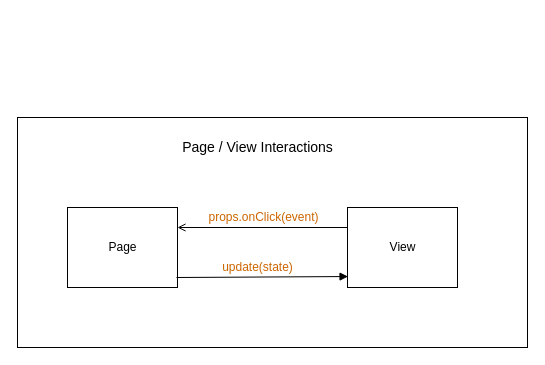
Before: docs/assets/page-view-interaction.drawio in remarcmij/vanilla-starter, a draw.io diagram. Source tidied: cells renumbered, new cells numbered last; positions are measured from the earlier drawing's top-left corner, leaving out a move shared by most shapes. Both pictures are drawn from the tidied source at 100%, with x=0, y=0 at pixel (17, 117).
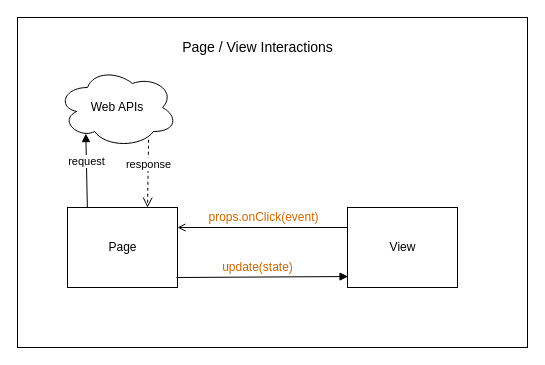
The same diagram, later.

Commit message (it also covers changes not shown here):
Add Web API to diagram

The edit, as a diff of the source:
```diff
@@
 <mxGraphModel>
   <root>
     <mxCell id="0" />
     <mxCell id="1" parent="0" />
     <mxCell id="2" style="rounded=0;whiteSpace=wrap;html=1;fontSize=14;fontColor=#000000;" parent="1" vertex="1">
-      <mxGeometry width="510" height="230" as="geometry" />
+      <mxGeometry y="-100" width="510" height="330" as="geometry" />
     </mxCell>
     <mxCell id="3" value="Page" style="html=1;" parent="1" vertex="1">
       <mxGeometry x="50" y="90" width="110" height="80" as="geometry" />
     </mxCell>
     <mxCell id="4" value="View" style="html=1;" parent="1" vertex="1">
       <mxGeometry x="330" y="90" width="110" height="80" as="geometry" />
     </mxCell>
     <mxCell id="5" style="endArrow=open;html=1;rounded=0;align=center;verticalAlign=top;endFill=0;labelBackgroundColor=none;endSize=6;exitX=0;exitY=0.25;exitDx=0;exitDy=0;" parent="1" edge="1" source="4">
       <mxGeometry relative="1" as="geometry">
         <mxPoint x="160" y="110" as="targetPoint" />
       </mxGeometry>
     </mxCell>
     <mxCell id="6" style="html=1;verticalAlign=bottom;labelBackgroundColor=none;endArrow=block;endFill=1;rounded=0;entryX=0.005;entryY=0.863;entryDx=0;entryDy=0;entryPerimeter=0;exitX=0.991;exitY=0.875;exitDx=0;exitDy=0;exitPerimeter=0;" parent="1" edge="1" source="3" target="4">
       <mxGeometry relative="1" as="geometry" />
     </mxCell>
     <mxCell id="7" value="&lt;font color=&quot;#cc6600&quot;&gt;props.onClick(event)&lt;/font&gt;" style="text;html=1;align=center;verticalAlign=middle;fillColor=none;strokeColor=none;rounded=0;" parent="1" vertex="1">
       <mxGeometry x="181" y="90" width="130" height="20" as="geometry" />
     </mxCell>
     <mxCell id="8" value="update(state)" style="text;html=1;align=center;verticalAlign=middle;fillColor=none;strokeColor=none;rounded=0;fontColor=#CC6600;" parent="1" vertex="1">
       <mxGeometry x="195" y="140" width="90" height="20" as="geometry" />
     </mxCell>
     <mxCell id="9" value="&lt;font style=&quot;font-size: 14px;&quot; color=&quot;#000000&quot;&gt;Page / View Interactions&lt;/font&gt;" style="text;html=1;align=center;verticalAlign=middle;fillColor=none;strokeColor=none;rounded=0;fontColor=#0066CC;" parent="1" vertex="1">
-      <mxGeometry x="155" y="20" width="170" height="20" as="geometry" />
+      <mxGeometry x="155" y="-80" width="170" height="20" as="geometry" />
     </mxCell>
+    <mxCell id="10" value="Web APIs" style="ellipse;shape=cloud;whiteSpace=wrap;html=1;" parent="1" vertex="1">
+      <mxGeometry x="40" y="-50" width="120" height="80" as="geometry" />
+    </mxCell>
+    <mxCell id="11" value="response" style="html=1;verticalAlign=bottom;endArrow=open;dashed=1;endSize=8;rounded=0;entryX=0.255;entryY=0.576;entryDx=0;entryDy=0;entryPerimeter=0;exitX=0.759;exitY=0.903;exitDx=0;exitDy=0;exitPerimeter=0;" parent="1" edge="1" source="10" target="2">
+      <mxGeometry relative="1" as="geometry" />
+    </mxCell>
+    <mxCell id="12" value="request" style="html=1;verticalAlign=bottom;endArrow=block;rounded=0;exitX=0.137;exitY=0.576;exitDx=0;exitDy=0;exitPerimeter=0;entryX=0.236;entryY=0.826;entryDx=0;entryDy=0;entryPerimeter=0;" parent="1" edge="1" source="2" target="10">
+      <mxGeometry relative="1" as="geometry" />
+    </mxCell>
   </root>
 </mxGraphModel>
```
